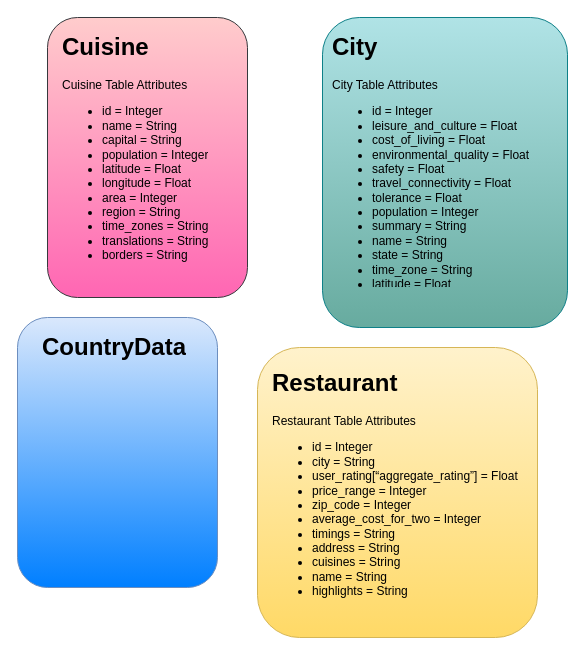
This is UML Diagram.drawio from amyo29/Cultured-Foodies, a draw.io file, before an edit. Source tidied: cells renumbered, new cells numbered last; positions are measured from the earlier drawing's top-left corner, leaving out a move shared by most shapes. Both pictures are drawn from the tidied source at 100%, with x=0, y=0 at pixel (17, 17).
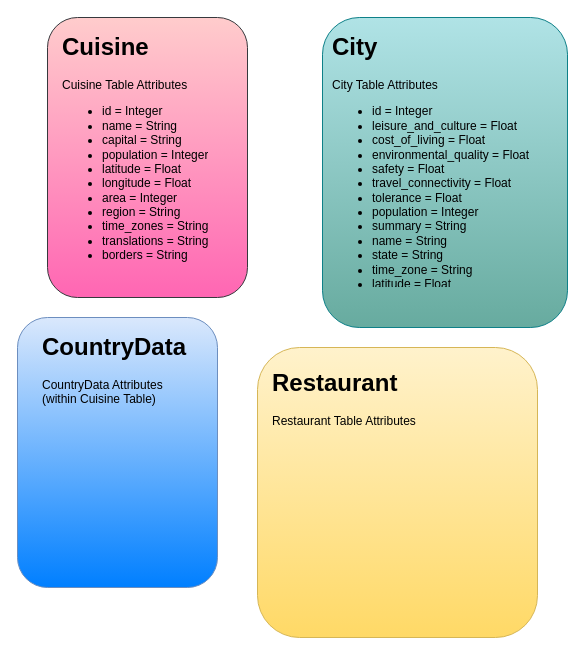
The same page after the edit.

What changed in the source:
```diff
@@
 <mxGraphModel>
   <root>
     <mxCell id="0" />
     <mxCell id="1" parent="0" />
     <mxCell id="2" style="rounded=1;whiteSpace=wrap;html=1;fillColor=#ffcccc;strokeColor=#36393d;gradientColor=#FF66B3;" parent="1" vertex="1">
       <mxGeometry x="30" width="200" height="280" as="geometry" />
     </mxCell>
     <mxCell id="3" style="rounded=1;whiteSpace=wrap;html=1;fillColor=#b0e3e6;strokeColor=#0e8088;gradientColor=#67AB9F;" parent="1" vertex="1">
       <mxGeometry x="305" width="245" height="310" as="geometry" />
     </mxCell>
     <mxCell id="4" style="rounded=1;whiteSpace=wrap;html=1;fillColor=#fff2cc;strokeColor=#d6b656;gradientColor=#ffd966;" parent="1" vertex="1">
       <mxGeometry x="240" y="330" width="280" height="290" as="geometry" />
     </mxCell>
     <mxCell id="5" style="rounded=1;whiteSpace=wrap;html=1;fillColor=#dae8fc;strokeColor=#6c8ebf;gradientColor=#007FFF;" parent="1" vertex="1">
       <mxGeometry y="300" width="200" height="270" as="geometry" />
     </mxCell>
     <mxCell id="6" value="&lt;h1&gt;Cuisine&lt;/h1&gt;&lt;p&gt;Cuisine Table Attributes&lt;/p&gt;&lt;ul&gt;&lt;li&gt;id = Integer&lt;/li&gt;&lt;li&gt;name = String&lt;/li&gt;&lt;li&gt;capital = String&lt;/li&gt;&lt;li&gt;population = Integer&lt;/li&gt;&lt;li&gt;latitude = Float&lt;/li&gt;&lt;li&gt;longitude = Float&lt;/li&gt;&lt;li&gt;area = Integer&lt;/li&gt;&lt;li&gt;region = String&lt;/li&gt;&lt;li&gt;time_zones = String&lt;/li&gt;&lt;li&gt;translations = String&lt;/li&gt;&lt;li&gt;borders = String&lt;/li&gt;&lt;/ul&gt;&lt;p&gt;&lt;/p&gt;" style="text;html=1;strokeColor=none;fillColor=none;spacing=5;spacingTop=-20;whiteSpace=wrap;overflow=hidden;rounded=0;" parent="1" vertex="1">
       <mxGeometry x="40" y="10" width="180" height="250" as="geometry" />
     </mxCell>
     <mxCell id="7" value="&lt;h1&gt;City&lt;/h1&gt;&lt;div&gt;City Table Attributes&lt;/div&gt;&lt;div&gt;&lt;ul&gt;&lt;li&gt;id = Integer&lt;/li&gt;&lt;li&gt;leisure_and_culture = Float&lt;/li&gt;&lt;li&gt;cost_of_living = Float&lt;/li&gt;&lt;li&gt;environmental_quality = Float&lt;/li&gt;&lt;li&gt;safety = Float&lt;/li&gt;&lt;li&gt;travel_connectivity = Float&lt;/li&gt;&lt;li&gt;tolerance = Float&lt;/li&gt;&lt;li&gt;population = Integer&lt;/li&gt;&lt;li&gt;summary = String&lt;/li&gt;&lt;li&gt;name = String&lt;/li&gt;&lt;li&gt;state = String&lt;/li&gt;&lt;li&gt;time_zone = String&lt;/li&gt;&lt;li&gt;latitude = Float&lt;/li&gt;&lt;li&gt;longitude = Float&lt;br&gt;&lt;/li&gt;&lt;/ul&gt;&lt;/div&gt;" style="text;html=1;strokeColor=none;fillColor=none;spacing=5;spacingTop=-20;whiteSpace=wrap;overflow=hidden;rounded=0;" parent="1" vertex="1">
       <mxGeometry x="310" y="10" width="220" height="260" as="geometry" />
     </mxCell>
-    <mxCell id="8" value="&lt;h1&gt;Restaurant&lt;/h1&gt;&lt;div&gt;Restaurant Table Attributes&lt;/div&gt;&lt;div&gt;&lt;ul&gt;&lt;li&gt;id = Integer&lt;/li&gt;&lt;li&gt;city = String&lt;/li&gt;&lt;li&gt;user_rating[“aggregate_rating”] = Float&lt;/li&gt;&lt;li&gt;price_range = Integer&lt;/li&gt;&lt;li&gt;zip_code = Integer&lt;/li&gt;&lt;li&gt;average_cost_for_two = Integer&lt;/li&gt;&lt;li&gt;timings = String&lt;/li&gt;&lt;li&gt;address = String&lt;/li&gt;&lt;li&gt;cuisines = String&lt;/li&gt;&lt;li&gt;name = String&lt;/li&gt;&lt;li&gt;highlights = String&lt;/li&gt;&lt;/ul&gt;&lt;/div&gt;" style="text;html=1;strokeColor=none;fillColor=none;spacing=5;spacingTop=-20;whiteSpace=wrap;overflow=hidden;rounded=0;" parent="1" vertex="1">
+    <mxCell id="8" value="&lt;h1&gt;Restaurant&lt;/h1&gt;&lt;div&gt;Restaurant Table Attributes&lt;/div&gt;" style="text;html=1;strokeColor=none;fillColor=none;spacing=5;spacingTop=-20;whiteSpace=wrap;overflow=hidden;rounded=0;" parent="1" vertex="1">
       <mxGeometry x="250" y="346" width="260" height="245" as="geometry" />
     </mxCell>
-    <mxCell id="9" value="&lt;h1&gt;CountryData&lt;/h1&gt;" style="text;html=1;strokeColor=none;fillColor=none;spacing=5;spacingTop=-20;whiteSpace=wrap;overflow=hidden;rounded=0;" parent="1" vertex="1">
+    <mxCell id="9" value="&lt;h1&gt;CountryData&lt;/h1&gt;&lt;div&gt;CountryData Attributes (within Cuisine Table)&lt;/div&gt;" style="text;html=1;strokeColor=none;fillColor=none;spacing=5;spacingTop=-20;whiteSpace=wrap;overflow=hidden;rounded=0;" parent="1" vertex="1">
       <mxGeometry x="20" y="310" width="160" height="170" as="geometry" />
     </mxCell>
   </root>
 </mxGraphModel>
```
